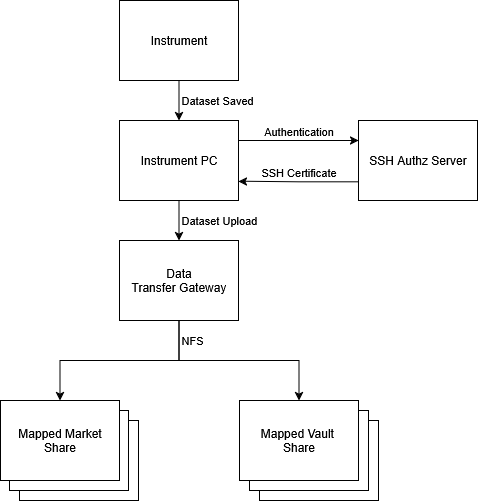
Before: docs/scpwrap.png, a diagram exported from draw.io (HecticHPCSolutions/ScpWrap). Source tidied: cells renumbered, new cells last; positions are measured from the earlier drawing's top-left corner, leaving out a move shared by most shapes.
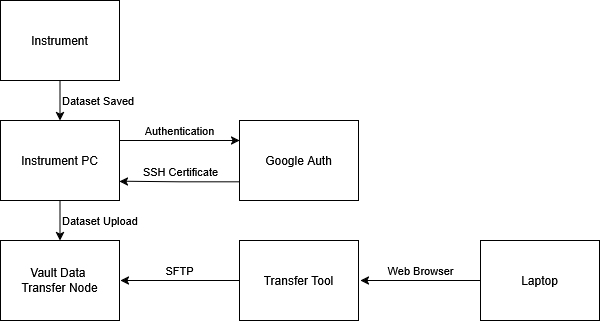
Above is the later version.

Diff of the diagram source:
```diff
@@ -2,15 +2,6 @@
   <root>
     <mxCell id="0" />
     <mxCell id="1" parent="0" />
-    <mxCell id="2" value="Mapped Vault" style="rounded=0;whiteSpace=wrap;html=1;" parent="1" vertex="1">
-      <mxGeometry x="259" y="420" width="119" height="80" as="geometry" />
-    </mxCell>
-    <mxCell id="3" value="Mapped Vault" style="rounded=0;whiteSpace=wrap;html=1;" parent="1" vertex="1">
-      <mxGeometry x="249" y="410" width="119" height="80" as="geometry" />
-    </mxCell>
-    <mxCell id="4" value="Mapped Market" style="rounded=0;whiteSpace=wrap;html=1;" parent="1" vertex="1">
-      <mxGeometry x="19" y="420" width="119" height="80" as="geometry" />
-    </mxCell>
     <mxCell id="5" value="Dataset Saved" style="edgeStyle=orthogonalEdgeStyle;rounded=0;jettySize=auto;html=1;labelPosition=right;verticalLabelPosition=middle;align=left;verticalAlign=middle;" parent="1" edge="1" source="6" target="9">
       <mxGeometry relative="1" as="geometry" />
     </mxCell>
@@ -29,7 +20,7 @@
     <mxCell id="9" value="Instrument PC" style="rounded=0;whiteSpace=wrap;html=1;" parent="1" vertex="1">
       <mxGeometry x="119" y="120" width="119" height="80" as="geometry" />
     </mxCell>
-    <mxCell id="10" value="SSH Authz Server" style="rounded=0;whiteSpace=wrap;html=1;" parent="1" vertex="1">
+    <mxCell id="10" value="Google Auth" style="rounded=0;whiteSpace=wrap;html=1;" parent="1" vertex="1">
       <mxGeometry x="358" y="120" width="119" height="80" as="geometry" />
     </mxCell>
     <mxCell id="11" value="SSH Certificate" style="edgeStyle=orthogonalEdgeStyle;rounded=0;jettySize=auto;html=1;labelPosition=center;verticalLabelPosition=top;align=center;verticalAlign=bottom;entryX=1.017;entryY=0.635;entryDx=0;entryDy=0;entryPerimeter=0;exitX=0.001;exitY=0.768;exitDx=0;exitDy=0;exitPerimeter=0;" parent="1" edge="1" source="10">
@@ -37,23 +28,24 @@
         <mxPoint x="238" y="180.8" as="targetPoint" />
       </mxGeometry>
     </mxCell>
-    <mxCell id="12" style="edgeStyle=orthogonalEdgeStyle;rounded=0;jettySize=auto;html=1;entryX=0.5;entryY=0;entryDx=0;entryDy=0;exitX=0.5;exitY=1;exitDx=0;exitDy=0;" parent="1" edge="1" source="14" target="15">
-      <mxGeometry relative="1" as="geometry" />
-    </mxCell>
-    <mxCell id="13" value="NFS" style="edgeStyle=orthogonalEdgeStyle;rounded=0;jettySize=auto;html=1;entryX=0.5;entryY=0;entryDx=0;entryDy=0;labelPosition=right;verticalLabelPosition=middle;align=left;verticalAlign=middle;" parent="1" edge="1" source="14" target="17">
-      <mxGeometry x="-0.8" relative="1" as="geometry" />
-    </mxCell>
-    <mxCell id="14" value="&lt;div&gt;Data&lt;/div&gt;&lt;div&gt;Transfer Gateway&lt;/div&gt;" style="rounded=0;whiteSpace=wrap;html=1;" parent="1" vertex="1">
+    <mxCell id="14" value="&lt;div&gt;Vault Data&amp;nbsp;&lt;/div&gt;&lt;div&gt;Transfer Node&lt;/div&gt;" style="rounded=0;whiteSpace=wrap;html=1;" parent="1" vertex="1">
       <mxGeometry x="119" y="240" width="119" height="80" as="geometry" />
     </mxCell>
-    <mxCell id="15" value="&lt;div&gt;Mapped Vault&amp;nbsp;&lt;br&gt;Share&lt;/div&gt;" style="rounded=0;whiteSpace=wrap;html=1;" parent="1" vertex="1">
-      <mxGeometry x="239" y="400" width="119" height="80" as="geometry" />
-    </mxCell>
-    <mxCell id="16" value="Mapped Market" style="rounded=0;whiteSpace=wrap;html=1;" parent="1" vertex="1">
-      <mxGeometry x="9" y="410" width="119" height="80" as="geometry" />
-    </mxCell>
-    <mxCell id="17" value="Mapped Market Share" style="rounded=0;whiteSpace=wrap;html=1;" parent="1" vertex="1">
-      <mxGeometry y="400" width="119" height="80" as="geometry" />
-    </mxCell>
+    <mxCell id="18" value="SFTP" style="edgeStyle=orthogonalEdgeStyle;rounded=0;jettySize=auto;html=1;labelPosition=center;verticalLabelPosition=top;align=center;verticalAlign=bottom;" parent="1" edge="1" source="19">
+      <mxGeometry relative="1" as="geometry">
+        <mxPoint x="239" y="280" as="targetPoint" />
+      </mxGeometry>
+    </mxCell>
+    <mxCell id="19" value="Transfer Tool" style="rounded=0;whiteSpace=wrap;html=1;" parent="1" vertex="1">
+      <mxGeometry x="358" y="240" width="119" height="80" as="geometry" />
+    </mxCell>
+    <mxCell id="20" value="Web Browser" style="edgeStyle=orthogonalEdgeStyle;rounded=0;jettySize=auto;html=1;labelPosition=center;verticalLabelPosition=top;align=center;verticalAlign=bottom;" parent="1" edge="1" source="21">
+      <mxGeometry relative="1" as="geometry">
+        <mxPoint x="479" y="280" as="targetPoint" />
+      </mxGeometry>
+    </mxCell>
+    <mxCell id="21" value="Laptop" style="rounded=0;whiteSpace=wrap;html=1;" parent="1" vertex="1">
+      <mxGeometry x="599" y="240" width="119" height="80" as="geometry" />
+    </mxCell>
   </root>
 </mxGraphModel>
```
